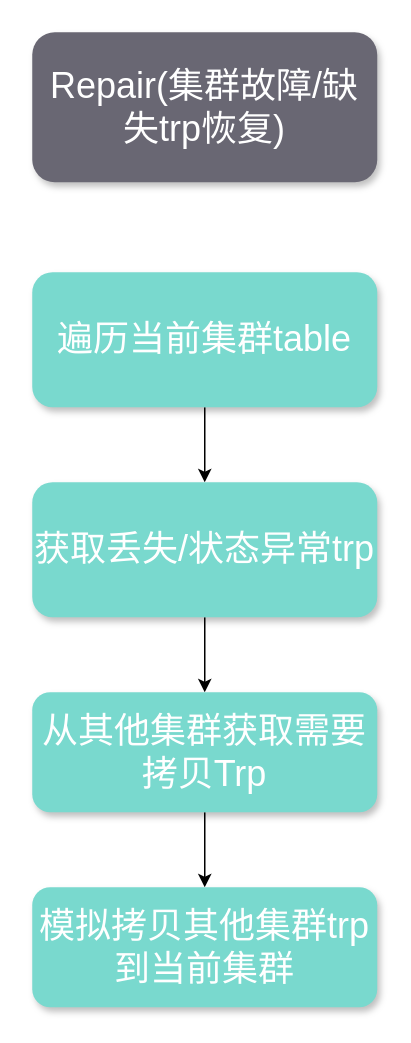
xunsongzhu/lbs-testcase keeps this draw.io diagram as page "Repair" (2 of 10) of Untitled Diagram.drawio. Above is the earlier version. Source tidied: cells renumbered, new cells numbered last; positions are measured from the earlier drawing's top-left corner, leaving out a move shared by most shapes. Both pictures are drawn from the tidied source at 150%, with x=0, y=0 at pixel (32, 32).
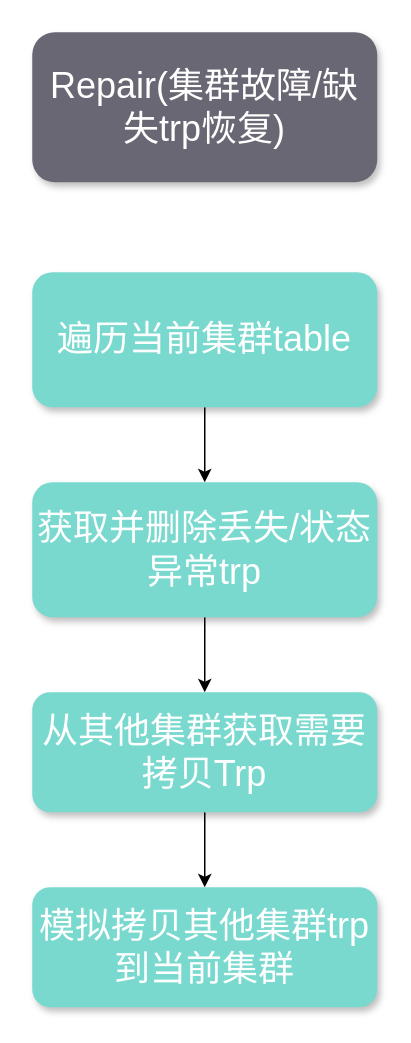
After the change.

What changed in the source:
```diff
@@
 <mxGraphModel>
   <root>
     <mxCell id="0" />
     <mxCell id="1" parent="0" />
     <mxCell id="2" style="edgeStyle=orthogonalEdgeStyle;rounded=0;jettySize=auto;html=1;fontSize=24;" parent="1" edge="1" source="3" target="6">
       <mxGeometry relative="1" as="geometry" />
     </mxCell>
     <mxCell id="3" value="&lt;span style=&quot;font-size: 24px&quot;&gt;遍历当前集群table&lt;/span&gt;" style="rounded=1;whiteSpace=wrap;html=1;fillColor=#79d9ce;strokeColor=none;shadow=1;glass=0;comic=0;gradientColor=none;fontColor=#FFFFFF;" parent="1" vertex="1">
       <mxGeometry y="160" width="230" height="90" as="geometry" />
     </mxCell>
     <mxCell id="4" value="&lt;span style=&quot;font-family: &amp;#34;helvetica&amp;#34; ; font-size: 24px&quot;&gt;Repair(集群故障/缺失trp恢复)&lt;/span&gt;" style="rounded=1;whiteSpace=wrap;html=1;fillColor=#696773;strokeColor=none;shadow=1;glass=0;comic=0;gradientColor=none;fontFamily=Courier New;fontColor=#FFFFFF;" parent="1" vertex="1">
       <mxGeometry width="230" height="100" as="geometry" />
     </mxCell>
     <mxCell id="5" style="edgeStyle=orthogonalEdgeStyle;rounded=0;jettySize=auto;html=1;fontSize=24;" parent="1" edge="1" source="6" target="8">
       <mxGeometry relative="1" as="geometry" />
     </mxCell>
-    <mxCell id="6" value="&lt;span style=&quot;font-size: 24px&quot;&gt;获取丢失/状态异常trp&lt;/span&gt;" style="rounded=1;whiteSpace=wrap;html=1;fillColor=#79d9ce;strokeColor=none;shadow=1;glass=0;comic=0;gradientColor=none;fontColor=#FFFFFF;" parent="1" vertex="1">
+    <mxCell id="6" value="&lt;span style=&quot;font-size: 24px&quot;&gt;获取并删除丢失/状态异常trp&lt;/span&gt;" style="rounded=1;whiteSpace=wrap;html=1;fillColor=#79d9ce;strokeColor=none;shadow=1;glass=0;comic=0;gradientColor=none;fontColor=#FFFFFF;" parent="1" vertex="1">
       <mxGeometry y="300" width="230" height="90" as="geometry" />
     </mxCell>
     <mxCell id="7" style="edgeStyle=orthogonalEdgeStyle;rounded=0;jettySize=auto;html=1;fontSize=24;" parent="1" edge="1" source="8" target="9">
       <mxGeometry relative="1" as="geometry" />
     </mxCell>
     <mxCell id="8" value="&lt;span style=&quot;font-size: 24px&quot;&gt;从其他集群获取需要拷贝Trp&lt;/span&gt;" style="rounded=1;whiteSpace=wrap;html=1;fillColor=#79d9ce;strokeColor=none;shadow=1;glass=0;comic=0;gradientColor=none;fontColor=#FFFFFF;" parent="1" vertex="1">
       <mxGeometry y="440" width="230" height="80" as="geometry" />
     </mxCell>
     <mxCell id="9" value="&lt;span style=&quot;font-size: 24px&quot;&gt;模拟拷贝其他集群trp到当前集群&lt;/span&gt;" style="rounded=1;whiteSpace=wrap;html=1;fillColor=#79d9ce;strokeColor=none;shadow=1;glass=0;comic=0;gradientColor=none;fontColor=#FFFFFF;" parent="1" vertex="1">
       <mxGeometry y="570" width="230" height="80" as="geometry" />
     </mxCell>
   </root>
 </mxGraphModel>
```
